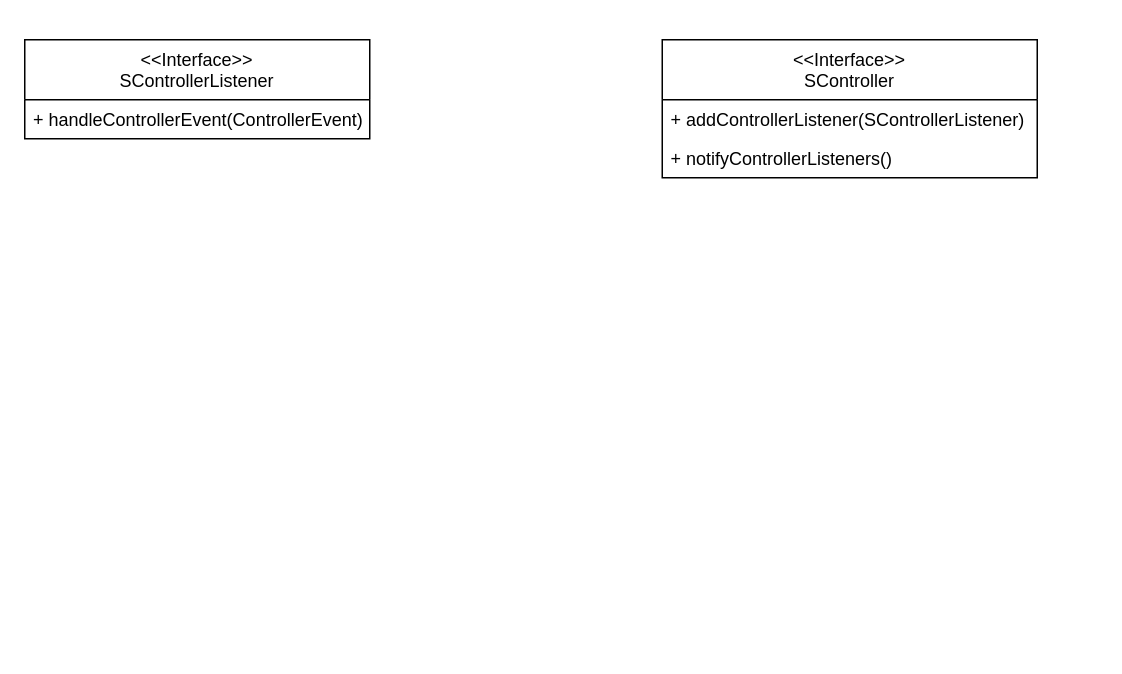
Earlier version of the draw.io diagram page "ControllerListeners" (2 of 2) of UML/ClassDiagrams/Listeners.drawio (trk20/Scuffle). Source tidied: cells renumbered, new cells numbered last; positions are measured from the earlier drawing's top-left corner, leaving out a move shared by most shapes. Both pictures are drawn from the tidied source at 150%, with x=0, y=0 at pixel (24, 39).
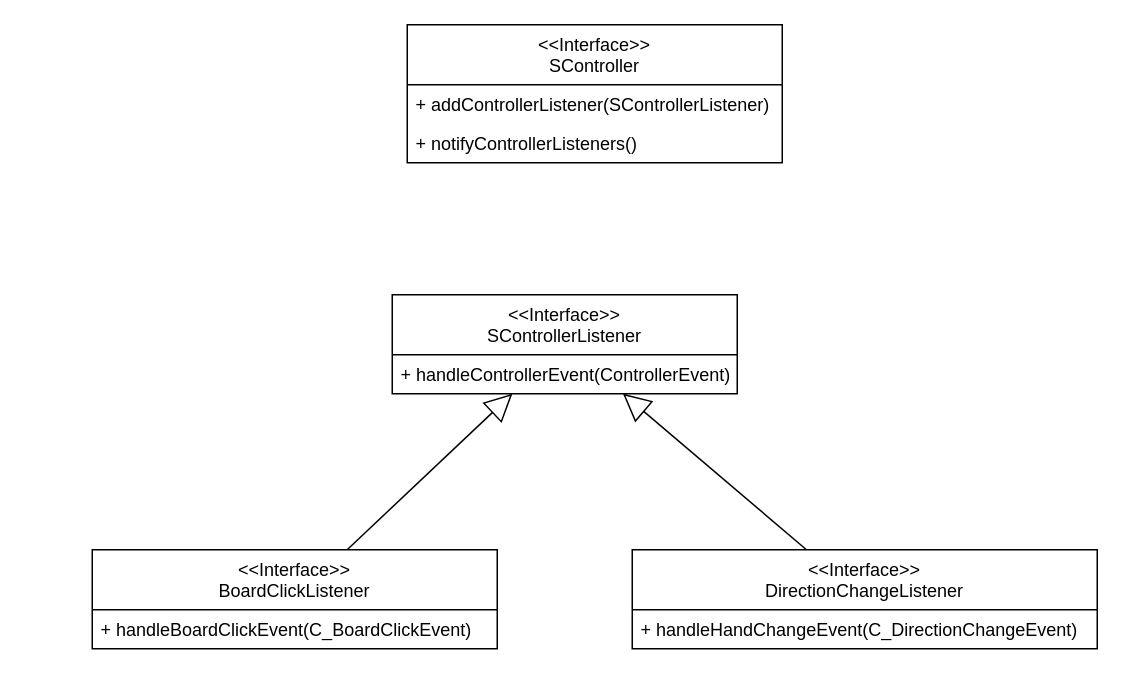
Above is the later version.

Change to the diagram source:
```diff
@@
 <mxGraphModel>
   <root>
     <mxCell id="0" />
     <mxCell id="1" parent="0" />
     <mxCell id="2" value="&lt;&lt;Interface&gt;&gt;&#10;SController" style="swimlane;fontStyle=0;horizontal=1;startSize=40;fillColor=none;" parent="1" vertex="1">
-      <mxGeometry x="425" width="250" height="92" as="geometry" />
+      <mxGeometry x="255" y="-10" width="250" height="92" as="geometry" />
     </mxCell>
     <mxCell id="3" value="+ addControllerListener(SControllerListener)" style="text;strokeColor=none;fillColor=none;align=left;verticalAlign=top;spacingLeft=4;spacingRight=4;overflow=hidden;" parent="2" vertex="1">
       <mxGeometry y="40" width="250" height="26" as="geometry" />
     </mxCell>
     <mxCell id="4" value="+ notifyControllerListeners()" style="text;strokeColor=none;fillColor=none;align=left;verticalAlign=top;spacingLeft=4;spacingRight=4;overflow=hidden;" parent="2" vertex="1">
       <mxGeometry y="66" width="250" height="26" as="geometry" />
     </mxCell>
     <mxCell id="5" value="&lt;&lt;Interface&gt;&gt;&#10;SControllerListener" style="swimlane;fontStyle=0;horizontal=1;startSize=40;fillColor=none;" parent="1" vertex="1">
-      <mxGeometry width="230" height="66" as="geometry" />
+      <mxGeometry x="245" y="170" width="230" height="66" as="geometry" />
     </mxCell>
     <mxCell id="6" value="+ handleControllerEvent(ControllerEvent)" style="text;strokeColor=none;fillColor=none;align=left;verticalAlign=top;spacingLeft=4;spacingRight=4;overflow=hidden;" parent="5" vertex="1">
       <mxGeometry y="40" width="230" height="26" as="geometry" />
     </mxCell>
+    <mxCell id="7" value="&lt;&lt;Interface&gt;&gt;&#10;BoardClickListener" style="swimlane;fontStyle=0;horizontal=1;startSize=40;fillColor=none;" parent="1" vertex="1">
+      <mxGeometry x="45" y="340" width="270" height="66" as="geometry" />
+    </mxCell>
+    <mxCell id="8" value="+ handleBoardClickEvent(C_BoardClickEvent)" style="text;strokeColor=none;fillColor=none;align=left;verticalAlign=top;spacingLeft=4;spacingRight=4;overflow=hidden;" parent="7" vertex="1">
+      <mxGeometry y="40" width="270" height="26" as="geometry" />
+    </mxCell>
+    <mxCell id="9" value="&lt;&lt;Interface&gt;&gt;&#10;DirectionChangeListener" style="swimlane;fontStyle=0;horizontal=1;startSize=40;fillColor=none;" parent="1" vertex="1">
+      <mxGeometry x="405" y="340" width="310" height="66" as="geometry" />
+    </mxCell>
+    <mxCell id="10" value="+ handleHandChangeEvent(C_DirectionChangeEvent)" style="text;strokeColor=none;fillColor=none;align=left;verticalAlign=top;spacingLeft=4;spacingRight=4;overflow=hidden;" parent="9" vertex="1">
+      <mxGeometry y="40" width="310" height="26" as="geometry" />
+    </mxCell>
+    <mxCell id="11" style="endArrow=block;endSize=16;endFill=0;html=1;rounded=0;" parent="1" edge="1" source="7" target="5">
+      <mxGeometry relative="1" as="geometry" />
+    </mxCell>
+    <mxCell id="12" style="endArrow=block;endSize=16;endFill=0;html=1;rounded=0;" parent="1" edge="1" source="9" target="5">
+      <mxGeometry relative="1" as="geometry" />
+    </mxCell>
   </root>
 </mxGraphModel>
```
